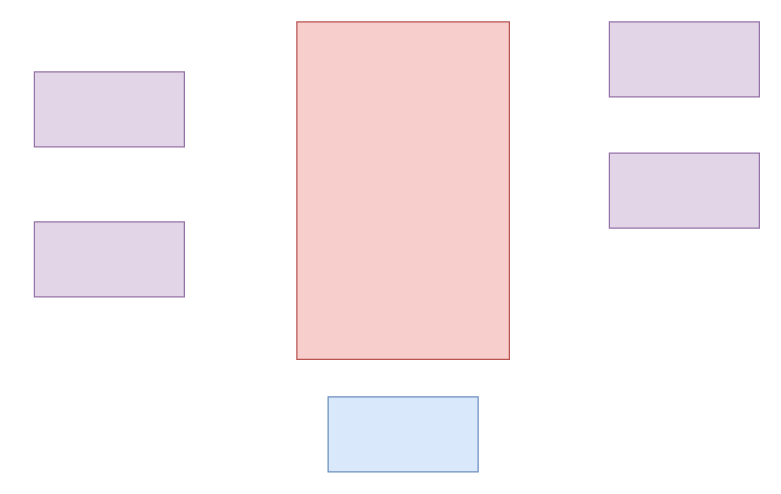
This is project.drawio from NeroKai/coursera-test, a draw.io file, before an edit. Source tidied: cells renumbered, new cells numbered last; positions are measured from the earlier drawing's top-left corner, leaving out a move shared by most shapes. Both pictures are drawn from the tidied source at 125%, with x=0, y=0 at pixel (34, 21).
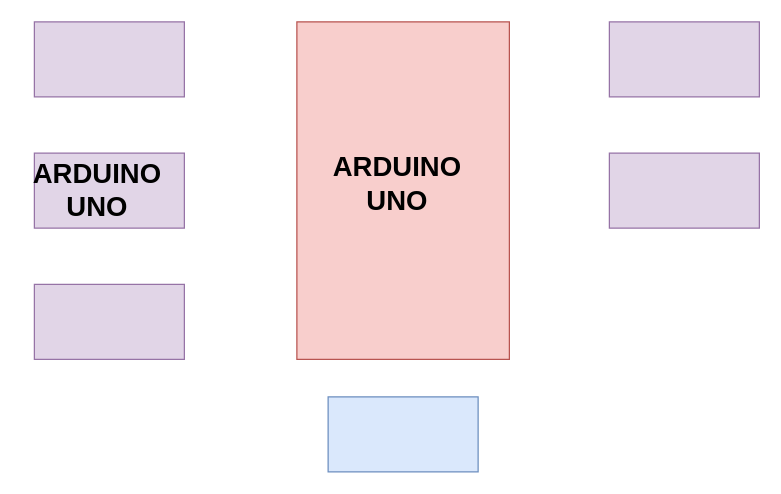
Above is the later version.

The edit, as a diff of the source:
```diff
@@
 <mxGraphModel>
   <root>
     <mxCell id="0" />
     <mxCell id="1" parent="0" />
     <mxCell id="2" style="rounded=0;whiteSpace=wrap;html=1;fillColor=#f8cecc;strokeColor=#b85450;" parent="1" vertex="1">
       <mxGeometry x="210" width="170" height="270" as="geometry" />
     </mxCell>
     <mxCell id="3" style="rounded=0;whiteSpace=wrap;html=1;fillColor=#e1d5e7;strokeColor=#9673a6;" parent="1" vertex="1">
-      <mxGeometry y="40" width="120" height="60" as="geometry" />
+      <mxGeometry width="120" height="60" as="geometry" />
     </mxCell>
     <mxCell id="4" style="rounded=0;whiteSpace=wrap;html=1;fillColor=#e1d5e7;strokeColor=#9673a6;" parent="1" vertex="1">
-      <mxGeometry y="160" width="120" height="60" as="geometry" />
+      <mxGeometry y="105" width="120" height="60" as="geometry" />
     </mxCell>
     <mxCell id="5" style="rounded=0;whiteSpace=wrap;html=1;fillColor=#e1d5e7;strokeColor=#9673a6;" parent="1" vertex="1">
       <mxGeometry x="460" y="105" width="120" height="60" as="geometry" />
     </mxCell>
     <mxCell id="6" style="rounded=0;whiteSpace=wrap;html=1;fillColor=#e1d5e7;strokeColor=#9673a6;" parent="1" vertex="1">
       <mxGeometry x="460" width="120" height="60" as="geometry" />
     </mxCell>
     <mxCell id="7" style="rounded=0;whiteSpace=wrap;html=1;fillColor=#dae8fc;strokeColor=#6c8ebf;" parent="1" vertex="1">
       <mxGeometry x="235" y="300" width="120" height="60" as="geometry" />
     </mxCell>
+    <mxCell id="8" style="rounded=0;whiteSpace=wrap;html=1;fillColor=#e1d5e7;strokeColor=#9673a6;" parent="1" vertex="1">
+      <mxGeometry y="210" width="120" height="60" as="geometry" />
+    </mxCell>
+    <mxCell id="9" value="&lt;font style=&quot;font-size: 22px;&quot;&gt;&lt;b&gt;ARDUINO&lt;br&gt;UNO&lt;/b&gt;&lt;/font&gt;" style="text;html=1;align=center;verticalAlign=middle;fillColor=none;strokeColor=none;rounded=0;" parent="1" vertex="1">
+      <mxGeometry x="230" y="110" width="120" height="40" as="geometry" />
+    </mxCell>
+    <mxCell id="10" value="&lt;font style=&quot;font-size: 22px;&quot;&gt;&lt;b&gt;ARDUINO&lt;br&gt;UNO&lt;/b&gt;&lt;/font&gt;" style="text;html=1;align=center;verticalAlign=middle;fillColor=none;strokeColor=none;rounded=0;" parent="1" vertex="1">
+      <mxGeometry x="-10" y="115" width="120" height="40" as="geometry" />
+    </mxCell>
   </root>
 </mxGraphModel>
```
